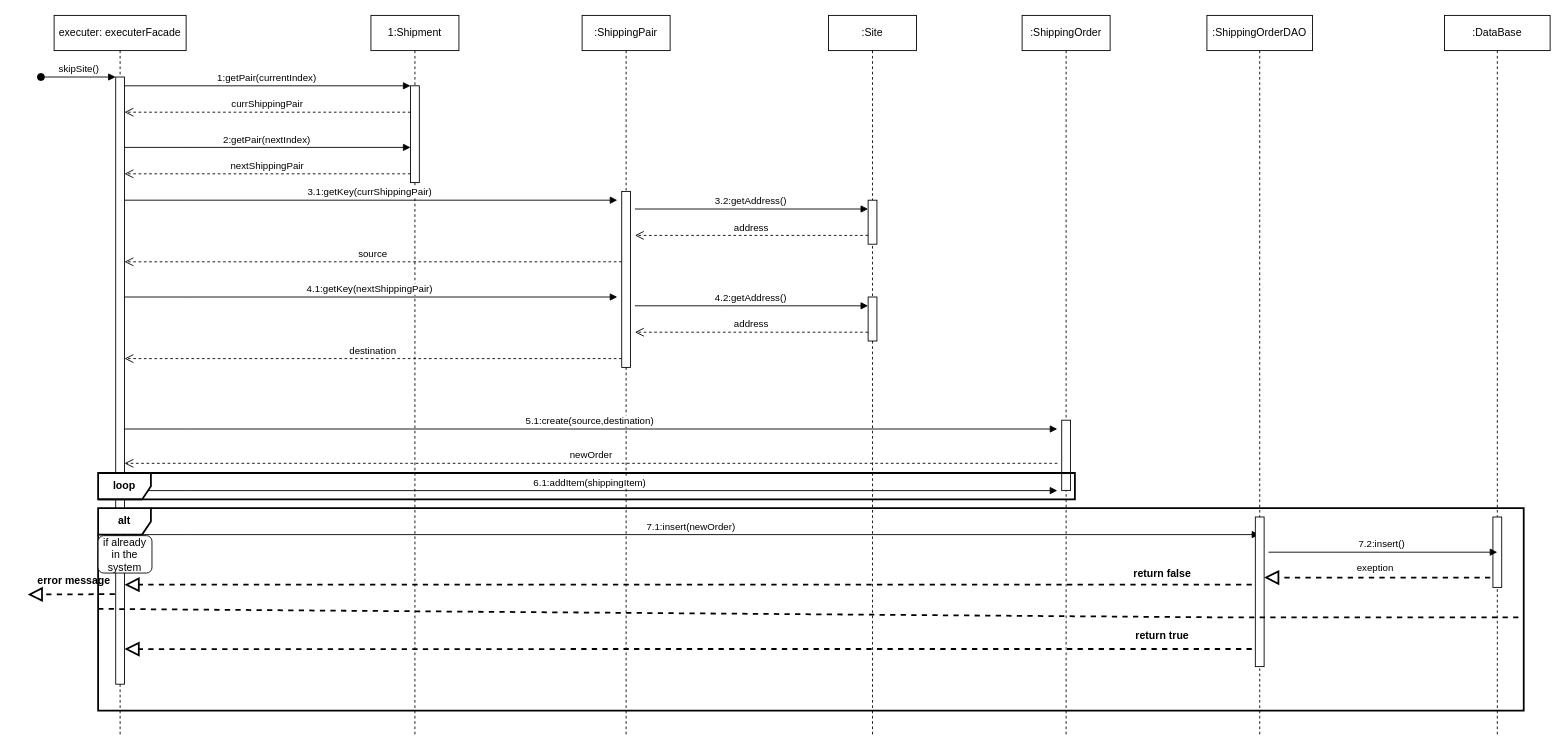
omerad1/drw keeps this draw.io diagram as C5- SKIP SITE.drawio. Above is the earlier version. Source tidied: cells renumbered, new cells numbered last; positions are measured from the earlier drawing's top-left corner, leaving out a move shared by most shapes. Both pictures are drawn from the tidied source at 88%, with x=0, y=0 at pixel (27, 15).
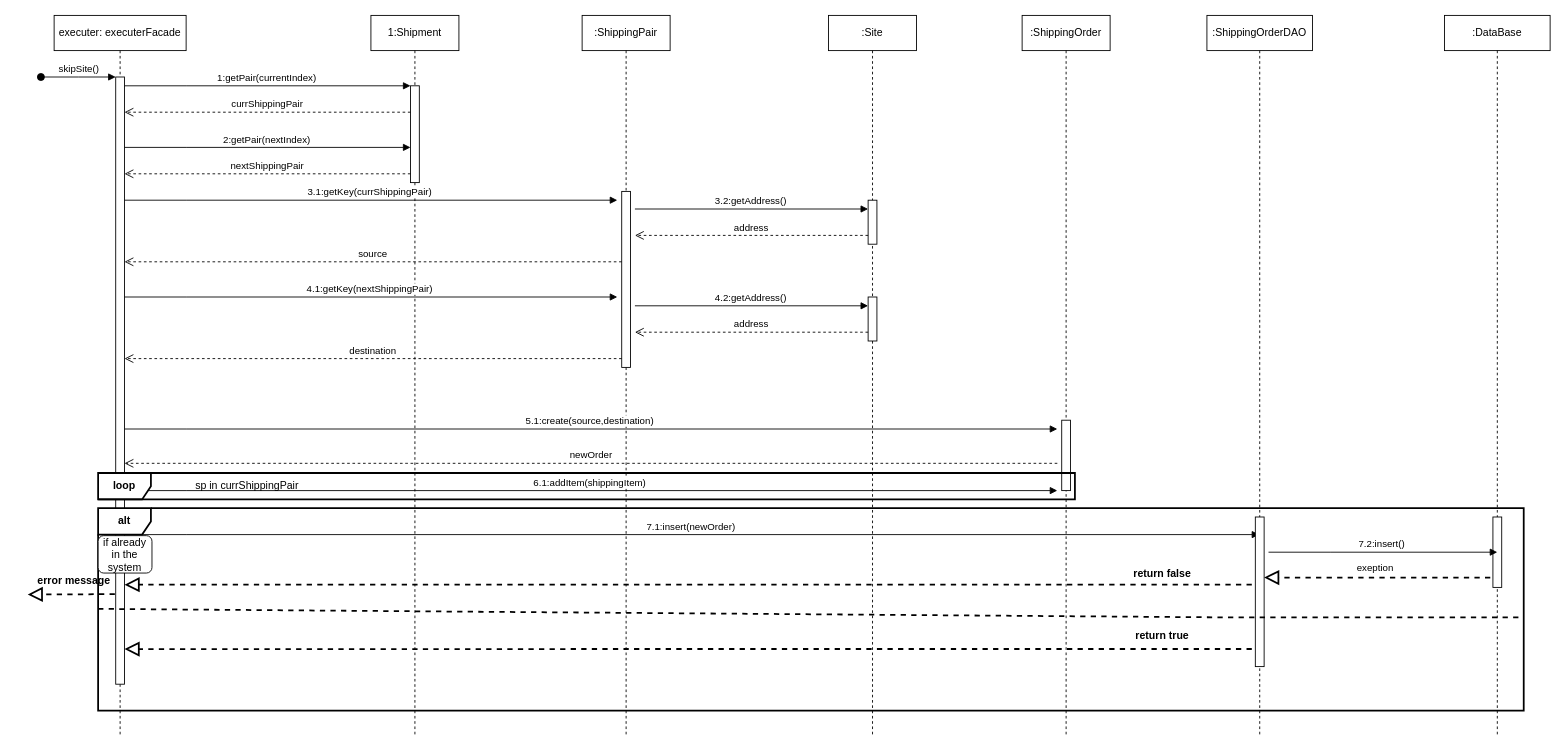
Above is the later version.

The edit, as a diff of the source:
```diff
@@
+    <mxCell id="48" value="sp in currShippingPair" style="text;html=1;strokeColor=none;fillColor=none;align=center;verticalAlign=middle;whiteSpace=wrap;rounded=0;" parent="1" vertex="1">
+      <mxGeometry x="130" y="520" width="238.8" height="30" as="geometry" />
+    </mxCell>
```
